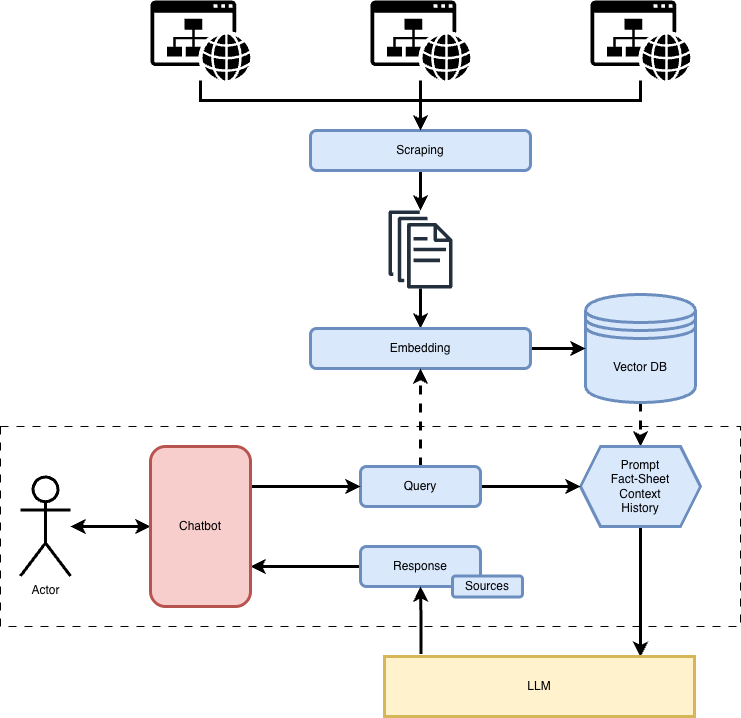
Earlier version of the draw.io export assets/architectureSimple.drawio.png (maxiwilke/geant-rag). Source tidied: cells renumbered, new cells last; positions are measured from the earlier drawing's top-left corner, leaving out a move shared by most shapes.
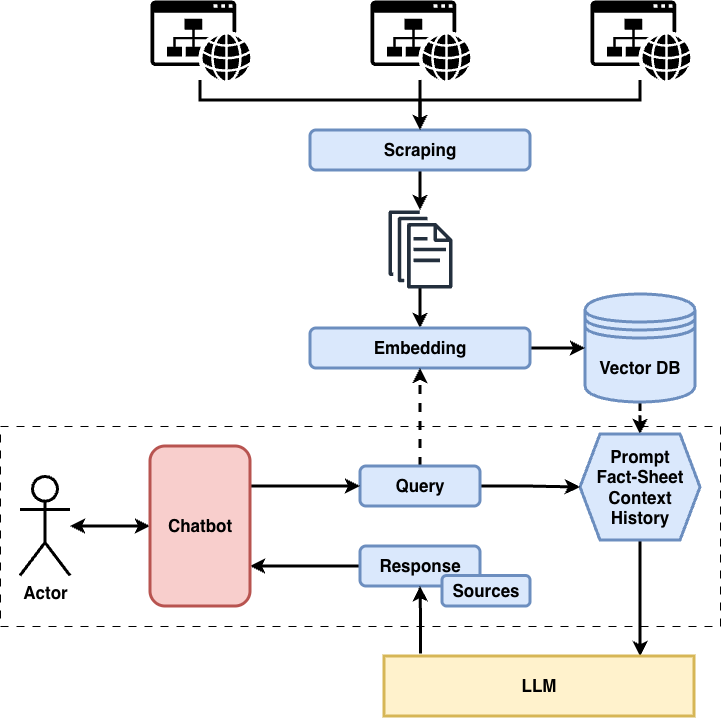
Above is the later version.

Diff of the diagram source:
```diff
@@ -2,67 +2,67 @@
   <root>
     <mxCell id="0" />
     <mxCell id="1" parent="0" />
-    <mxCell id="2" style="edgeStyle=orthogonalEdgeStyle;rounded=0;jettySize=auto;html=1;entryX=0.5;entryY=0;entryDx=0;entryDy=0;strokeWidth=3;" parent="1" edge="1" source="29" target="10">
+    <mxCell id="2" style="edgeStyle=orthogonalEdgeStyle;rounded=0;jettySize=auto;html=1;entryX=0.5;entryY=0;entryDx=0;entryDy=0;strokeWidth=3;fontSize=17;fontStyle=1;" parent="1" edge="1" source="29" target="10">
       <mxGeometry relative="1" as="geometry" />
     </mxCell>
-    <mxCell id="3" style="edgeStyle=orthogonalEdgeStyle;rounded=0;jettySize=auto;html=1;entryX=0.5;entryY=0;entryDx=0;entryDy=0;strokeWidth=3;dashed=1;" parent="1" edge="1" source="4" target="8">
+    <mxCell id="3" style="edgeStyle=orthogonalEdgeStyle;rounded=0;jettySize=auto;html=1;entryX=0.5;entryY=0;entryDx=0;entryDy=0;strokeWidth=3;dashed=1;fontSize=17;fontStyle=1;" parent="1" edge="1" source="4" target="8">
       <mxGeometry relative="1" as="geometry" />
     </mxCell>
-    <mxCell id="4" value="Vector DB" style="shape=datastore;whiteSpace=wrap;html=1;strokeWidth=3;fillColor=#dae8fc;strokeColor=#6c8ebf;" parent="1" vertex="1">
+    <mxCell id="4" value="Vector DB" style="shape=datastore;whiteSpace=wrap;html=1;strokeWidth=3;fillColor=#dae8fc;strokeColor=#6c8ebf;fontSize=17;fontStyle=1;" parent="1" vertex="1">
       <mxGeometry x="585" y="294" width="110" height="108" as="geometry" />
     </mxCell>
-    <mxCell id="5" style="edgeStyle=orthogonalEdgeStyle;rounded=0;jettySize=auto;html=1;strokeWidth=3;" parent="1" edge="1" source="6" target="29">
+    <mxCell id="5" style="edgeStyle=orthogonalEdgeStyle;rounded=0;jettySize=auto;html=1;strokeWidth=3;fontSize=17;fontStyle=1;" parent="1" edge="1" source="6" target="29">
       <mxGeometry relative="1" as="geometry" />
     </mxCell>
-    <mxCell id="6" value="Scraping" style="rounded=1;whiteSpace=wrap;html=1;strokeWidth=3;fillColor=#dae8fc;strokeColor=#6c8ebf;" parent="1" vertex="1">
+    <mxCell id="6" value="&lt;span&gt;Scraping&lt;/span&gt;" style="rounded=1;whiteSpace=wrap;html=1;strokeWidth=3;fillColor=#dae8fc;strokeColor=#6c8ebf;fontSize=17;fontStyle=1;" parent="1" vertex="1">
       <mxGeometry x="310" y="130" width="220" height="40" as="geometry" />
     </mxCell>
-    <mxCell id="7" style="edgeStyle=orthogonalEdgeStyle;rounded=0;jettySize=auto;html=1;exitX=0.5;exitY=1;exitDx=0;exitDy=0;entryX=0.826;entryY=0.006;entryDx=0;entryDy=0;strokeWidth=3;entryPerimeter=0;" parent="1" edge="1" source="8" target="20">
+    <mxCell id="7" style="edgeStyle=orthogonalEdgeStyle;rounded=0;jettySize=auto;html=1;exitX=0.5;exitY=1;exitDx=0;exitDy=0;entryX=0.826;entryY=0.006;entryDx=0;entryDy=0;strokeWidth=3;entryPerimeter=0;fontSize=17;fontStyle=1;" parent="1" edge="1" source="8" target="20">
       <mxGeometry relative="1" as="geometry" />
     </mxCell>
-    <mxCell id="8" value="Prompt&lt;div&gt;Fact-Sheet&lt;br&gt;&lt;div&gt;Context&lt;/div&gt;&lt;div&gt;History&lt;/div&gt;&lt;/div&gt;" style="shape=hexagon;perimeter=hexagonPerimeter2;whiteSpace=wrap;html=1;fixedSize=1;strokeWidth=3;fillColor=#dae8fc;strokeColor=#6c8ebf;" parent="1" vertex="1">
-      <mxGeometry x="580" y="446" width="120" height="80" as="geometry" />
+    <mxCell id="8" value="Prompt&lt;div&gt;Fact-Sheet&lt;br&gt;&lt;div&gt;Context&lt;/div&gt;&lt;div&gt;History&lt;/div&gt;&lt;/div&gt;" style="shape=hexagon;perimeter=hexagonPerimeter2;whiteSpace=wrap;html=1;fixedSize=1;strokeWidth=3;fillColor=#dae8fc;strokeColor=#6c8ebf;fontSize=17;fontStyle=1;" parent="1" vertex="1">
+      <mxGeometry x="580" y="434" width="120" height="106" as="geometry" />
     </mxCell>
-    <mxCell id="9" style="edgeStyle=orthogonalEdgeStyle;rounded=0;jettySize=auto;html=1;entryX=0;entryY=0.5;entryDx=0;entryDy=0;strokeWidth=3;" parent="1" edge="1" source="10" target="4">
+    <mxCell id="9" style="edgeStyle=orthogonalEdgeStyle;rounded=0;jettySize=auto;html=1;entryX=0;entryY=0.5;entryDx=0;entryDy=0;strokeWidth=3;fontSize=17;fontStyle=1;" parent="1" edge="1" source="10" target="4">
       <mxGeometry relative="1" as="geometry" />
     </mxCell>
-    <mxCell id="10" value="Embedding" style="rounded=1;whiteSpace=wrap;html=1;strokeWidth=3;flipH=1;legacyAnchorPoints=0;flipV=0;fillColor=#dae8fc;strokeColor=#6c8ebf;" parent="1" vertex="1">
+    <mxCell id="10" value="Embedding" style="rounded=1;whiteSpace=wrap;html=1;strokeWidth=3;flipH=1;legacyAnchorPoints=0;flipV=0;fillColor=#dae8fc;strokeColor=#6c8ebf;fontSize=17;fontStyle=1;" parent="1" vertex="1">
       <mxGeometry x="310" y="328" width="220" height="40" as="geometry" />
     </mxCell>
-    <mxCell id="11" style="edgeStyle=orthogonalEdgeStyle;rounded=0;jettySize=auto;html=1;entryX=0;entryY=0.5;entryDx=0;entryDy=0;strokeWidth=3;" parent="1" edge="1" source="13" target="8">
+    <mxCell id="11" style="edgeStyle=orthogonalEdgeStyle;rounded=0;jettySize=auto;html=1;entryX=0;entryY=0.5;entryDx=0;entryDy=0;strokeWidth=3;fontSize=17;fontStyle=1;" parent="1" edge="1" source="13" target="8">
       <mxGeometry relative="1" as="geometry" />
     </mxCell>
-    <mxCell id="12" style="edgeStyle=orthogonalEdgeStyle;rounded=0;jettySize=auto;html=1;entryX=0.5;entryY=1;entryDx=0;entryDy=0;strokeWidth=3;dashed=1;" parent="1" edge="1" source="13" target="10">
+    <mxCell id="12" style="edgeStyle=orthogonalEdgeStyle;rounded=0;jettySize=auto;html=1;entryX=0.5;entryY=1;entryDx=0;entryDy=0;strokeWidth=3;dashed=1;fontSize=17;fontStyle=1;" parent="1" edge="1" source="13" target="10">
       <mxGeometry relative="1" as="geometry" />
     </mxCell>
-    <mxCell id="13" value="Query" style="rounded=1;whiteSpace=wrap;html=1;strokeWidth=3;flipH=1;legacyAnchorPoints=0;flipV=0;fillColor=#dae8fc;strokeColor=#6c8ebf;" parent="1" vertex="1">
+    <mxCell id="13" value="Query" style="rounded=1;whiteSpace=wrap;html=1;strokeWidth=3;flipH=1;legacyAnchorPoints=0;flipV=0;fillColor=#dae8fc;strokeColor=#6c8ebf;fontSize=17;fontStyle=1;" parent="1" vertex="1">
       <mxGeometry x="360" y="466" width="120" height="40" as="geometry" />
     </mxCell>
-    <mxCell id="14" style="edgeStyle=orthogonalEdgeStyle;rounded=0;jettySize=auto;html=1;exitX=1;exitY=0.5;exitDx=0;exitDy=0;entryX=1;entryY=0.75;entryDx=0;entryDy=0;strokeWidth=3;" parent="1" edge="1" source="15" target="22">
+    <mxCell id="14" style="edgeStyle=orthogonalEdgeStyle;rounded=0;jettySize=auto;html=1;exitX=1;exitY=0.5;exitDx=0;exitDy=0;entryX=1;entryY=0.75;entryDx=0;entryDy=0;strokeWidth=3;fontSize=17;fontStyle=1;" parent="1" edge="1" source="15" target="22">
       <mxGeometry relative="1" as="geometry" />
     </mxCell>
-    <mxCell id="15" value="Response" style="rounded=1;whiteSpace=wrap;html=1;strokeWidth=3;flipH=1;legacyAnchorPoints=0;flipV=0;fillColor=#dae8fc;strokeColor=#6c8ebf;" parent="1" vertex="1">
+    <mxCell id="15" value="Response" style="rounded=1;whiteSpace=wrap;html=1;strokeWidth=3;flipH=1;legacyAnchorPoints=0;flipV=0;fillColor=#dae8fc;strokeColor=#6c8ebf;fontSize=17;fontStyle=1;" parent="1" vertex="1">
       <mxGeometry x="360" y="546" width="120" height="40" as="geometry" />
     </mxCell>
-    <mxCell id="16" value="Sources" style="rounded=1;whiteSpace=wrap;html=1;strokeWidth=3;fillColor=#dae8fc;strokeColor=#6c8ebf;" parent="1" vertex="1">
-      <mxGeometry x="452" y="575.5" width="70" height="21" as="geometry" />
+    <mxCell id="16" value="Sources" style="rounded=1;whiteSpace=wrap;html=1;strokeWidth=3;fillColor=#dae8fc;strokeColor=#6c8ebf;fontSize=17;fontStyle=1;" parent="1" vertex="1">
+      <mxGeometry x="442" y="575.5" width="88" height="30.5" as="geometry" />
     </mxCell>
-    <mxCell id="17" style="edgeStyle=orthogonalEdgeStyle;rounded=0;jettySize=auto;html=1;entryX=0;entryY=0.5;entryDx=0;entryDy=0;startArrow=classic;startFill=1;strokeWidth=3;" parent="1" edge="1" source="18" target="22">
+    <mxCell id="17" style="edgeStyle=orthogonalEdgeStyle;rounded=0;jettySize=auto;html=1;entryX=0;entryY=0.5;entryDx=0;entryDy=0;startArrow=classic;startFill=1;strokeWidth=3;fontSize=17;fontStyle=1;" parent="1" edge="1" source="18" target="22">
       <mxGeometry relative="1" as="geometry" />
     </mxCell>
-    <mxCell id="18" value="Actor" style="shape=umlActor;verticalLabelPosition=bottom;verticalAlign=top;html=1;outlineConnect=0;strokeWidth=3;" parent="1" vertex="1">
+    <mxCell id="18" value="Actor" style="shape=umlActor;verticalLabelPosition=bottom;verticalAlign=top;html=1;outlineConnect=0;strokeWidth=3;fontSize=17;fontStyle=1;" parent="1" vertex="1">
       <mxGeometry x="20" y="476.5" width="50" height="99" as="geometry" />
     </mxCell>
-    <mxCell id="19" style="edgeStyle=orthogonalEdgeStyle;rounded=0;jettySize=auto;html=1;entryX=0.5;entryY=1;entryDx=0;entryDy=0;strokeWidth=3;exitX=0.118;exitY=-0.043;exitDx=0;exitDy=0;exitPerimeter=0;" parent="1" edge="1" source="20" target="15">
+    <mxCell id="19" style="edgeStyle=orthogonalEdgeStyle;rounded=0;jettySize=auto;html=1;entryX=0.5;entryY=1;entryDx=0;entryDy=0;strokeWidth=3;exitX=0.118;exitY=-0.043;exitDx=0;exitDy=0;exitPerimeter=0;fontSize=17;fontStyle=1;" parent="1" edge="1" source="20" target="15">
       <mxGeometry relative="1" as="geometry" />
     </mxCell>
-    <mxCell id="20" value="LLM" style="rounded=0;whiteSpace=wrap;html=1;strokeWidth=3;fillColor=#fff2cc;strokeColor=#d6b656;" parent="1" vertex="1">
+    <mxCell id="20" value="LLM" style="rounded=0;whiteSpace=wrap;html=1;strokeWidth=3;fillColor=#fff2cc;strokeColor=#d6b656;fontSize=17;fontStyle=1;" parent="1" vertex="1">
       <mxGeometry x="384" y="656" width="310" height="60" as="geometry" />
     </mxCell>
-    <mxCell id="21" style="edgeStyle=orthogonalEdgeStyle;rounded=0;jettySize=auto;html=1;exitX=1;exitY=0.25;exitDx=0;exitDy=0;entryX=1;entryY=0.5;entryDx=0;entryDy=0;strokeWidth=3;" parent="1" edge="1" source="22" target="13">
+    <mxCell id="21" style="edgeStyle=orthogonalEdgeStyle;rounded=0;jettySize=auto;html=1;exitX=1;exitY=0.25;exitDx=0;exitDy=0;entryX=1;entryY=0.5;entryDx=0;entryDy=0;strokeWidth=3;fontSize=17;fontStyle=1;" parent="1" edge="1" source="22" target="13">
       <mxGeometry relative="1" as="geometry" />
     </mxCell>
-    <mxCell id="22" value="Chatbot" style="whiteSpace=wrap;html=1;rounded=1;strokeWidth=3;fillColor=#f8cecc;strokeColor=#b85450;" parent="1" vertex="1">
+    <mxCell id="22" value="Chatbot" style="whiteSpace=wrap;html=1;rounded=1;strokeWidth=3;fillColor=#f8cecc;strokeColor=#b85450;fontSize=17;fontStyle=1;" parent="1" vertex="1">
       <mxGeometry x="150" y="446" width="100" height="160" as="geometry" />
     </mxCell>
     <mxCell id="23" style="edgeStyle=orthogonalEdgeStyle;rounded=0;jettySize=auto;html=1;entryX=0.5;entryY=0;entryDx=0;entryDy=0;strokeWidth=3;" parent="1" edge="1" source="24" target="6">
@@ -93,11 +93,11 @@
     <mxCell id="28" style="sketch=0;shadow=0;dashed=0;html=1;strokeColor=none;fillColor=light-dark(#000000,#000000);labelPosition=center;verticalLabelPosition=bottom;verticalAlign=top;outlineConnect=0;align=center;shape=mxgraph.office.concepts.website;" parent="1" vertex="1">
       <mxGeometry x="590" width="100" height="80" as="geometry" />
     </mxCell>
-    <mxCell id="29" style="sketch=0;outlineConnect=0;fontColor=#232F3E;gradientColor=none;fillColor=#232F3D;strokeColor=none;dashed=0;verticalLabelPosition=bottom;verticalAlign=top;align=center;html=1;fontSize=12;fontStyle=0;shape=mxgraph.aws4.documents;" parent="1" vertex="1">
+    <mxCell id="29" style="sketch=0;outlineConnect=0;fontColor=#232F3E;gradientColor=none;fillColor=#232F3D;strokeColor=none;dashed=0;verticalLabelPosition=bottom;verticalAlign=top;align=center;html=1;fontSize=17;fontStyle=1;shape=mxgraph.aws4.documents;" parent="1" vertex="1">
       <mxGeometry x="388" y="210" width="64" height="78" as="geometry" />
     </mxCell>
-    <mxCell id="30" style="rounded=0;whiteSpace=wrap;html=1;fillColor=none;dashed=1;dashPattern=8 8;" parent="1" vertex="1">
-      <mxGeometry y="426" width="740" height="200" as="geometry" />
+    <mxCell id="30" style="rounded=0;whiteSpace=wrap;html=1;fillColor=none;dashed=1;dashPattern=8 8;fontSize=17;fontStyle=1;" parent="1" vertex="1">
+      <mxGeometry y="426" width="720" height="200" as="geometry" />
     </mxCell>
   </root>
 </mxGraphModel>
```
